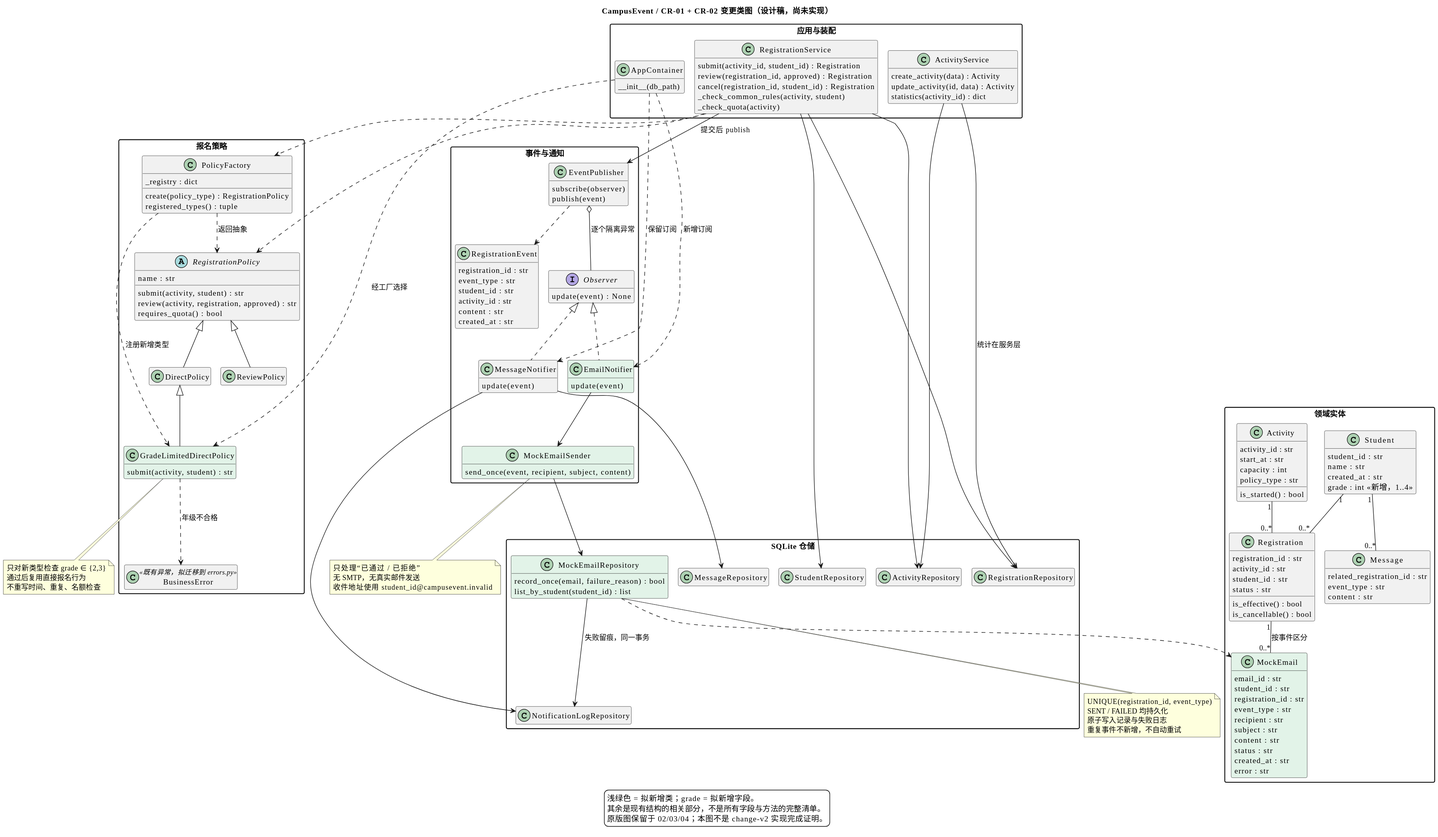
Earlier version of the PlantUML export design/07_UML类图_变更设计.svg (cql123-love/CampusEvent).
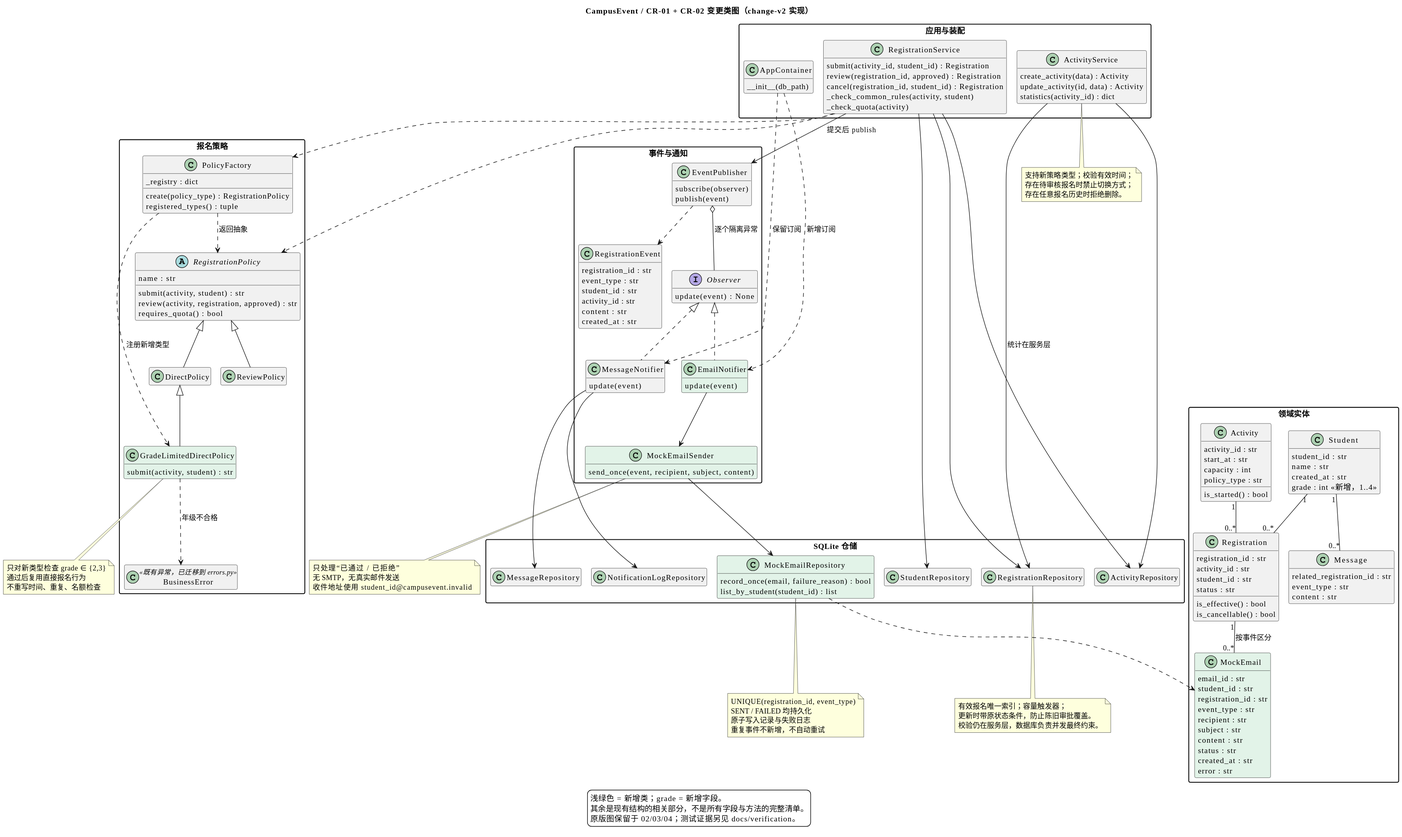
Above is the later version.

What changed in the source:
```diff
@@ -7,7 +7,7 @@
 skinparam packageStyle rectangle
 skinparam linetype ortho
 hide empty members
-title CampusEvent / CR-01 + CR-02 变更类图（设计稿，尚未实现）
+title CampusEvent / CR-01 + CR-02 变更类图（change-v2 实现）
 
 package "领域实体" {
   class Student {
@@ -67,7 +67,7 @@
     create(policy_type) : RegistrationPolicy
     registered_types() : tuple
   }
-  class BusinessError <<既有异常，拟迁移到 errors.py>>
+  class BusinessError <<既有异常，已迁移到 errors.py>>
 }
 
 package "应用与装配" {
@@ -154,8 +154,6 @@
 EmailNotifier --> MockEmailSender
 MockEmailSender --> MockEmailRepository
 MockEmailRepository ..> MockEmail
-MockEmailRepository --> NotificationLogRepository : 失败留痕，同一事务
-AppContainer ..> GradeLimitedDirectPolicy : 经工厂选择
 AppContainer ..> EmailNotifier : 新增订阅
 AppContainer ..> MessageNotifier : 保留订阅
 
@@ -179,8 +177,20 @@
 end note
 
 legend bottom
-  浅绿色 = 拟新增类；grade = 拟新增字段。
+  浅绿色 = 新增类；grade = 新增字段。
   其余是现有结构的相关部分，不是所有字段与方法的完整清单。
-  原版图保留于 02/03/04；本图不是 change-v2 实现完成证明。
+  原版图保留于 02/03/04；测试证据另见 docs/verification。
 endlegend
+
+note bottom of RegistrationRepository
+  有效报名唯一索引；容量触发器；
+  更新时带原状态条件，防止陈旧审批覆盖。
+  校验仍在服务层，数据库负责并发最终约束。
+end note
+
+note bottom of ActivityService
+  支持新策略类型；校验有效时间；
+  存在待审核报名时禁止切换方式；
+  存在任意报名历史时拒绝删除。
+end note
 @enduml
```
